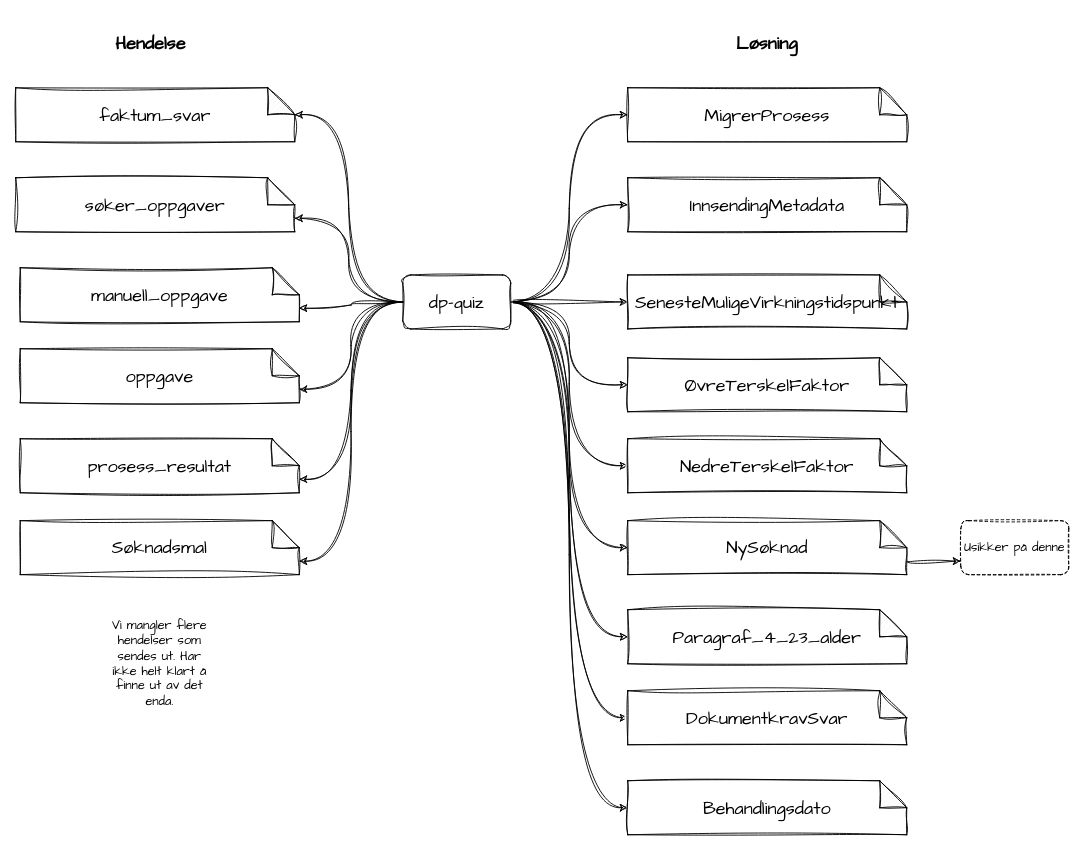
Before: docs/innbyggerflate/losninger/soknad/dp-quiz-publiserer-hendelser.drawio in navikt/dp-dokumentasjon, a draw.io diagram. Source tidied: cells renumbered, new cells numbered last; positions are measured from the earlier drawing's top-left corner, leaving out a move shared by most shapes. Both pictures are drawn from the tidied source at 90%, with x=0, y=0 at pixel (15, 15).
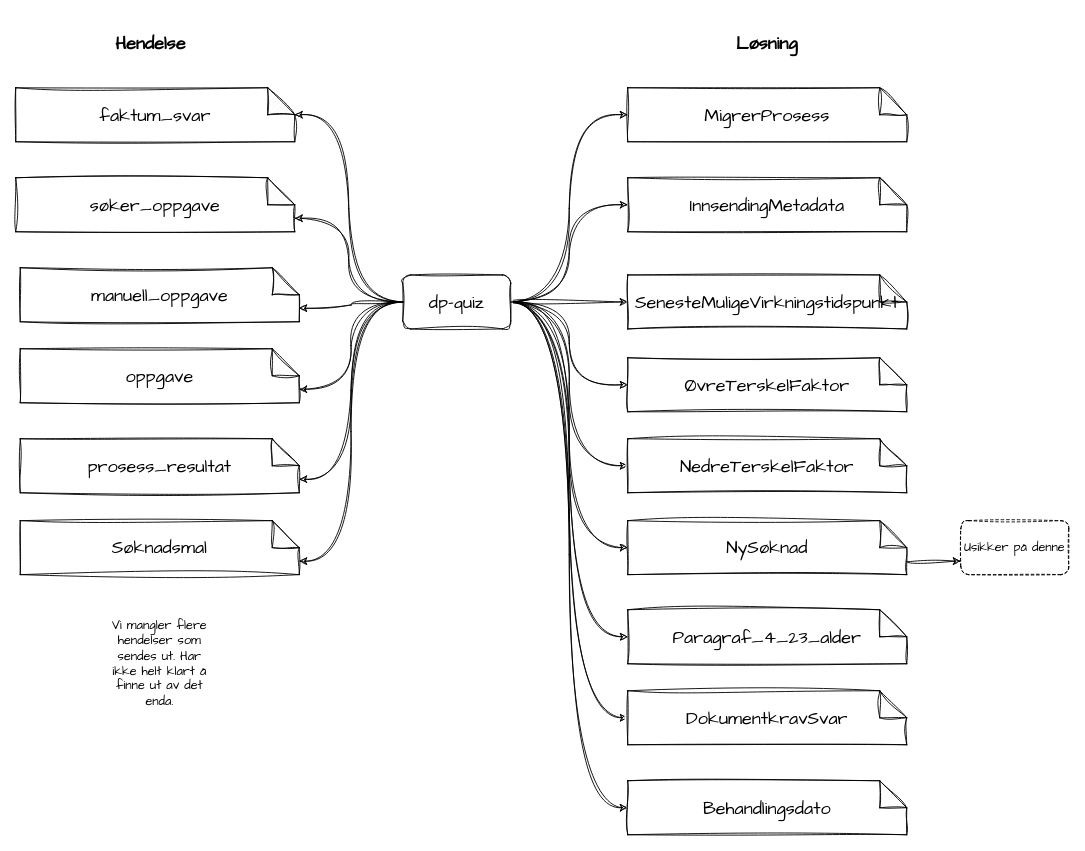
The same page after the edit.

The edit, as a diff of the source:
```diff
@@
-    <mxCell id="23" value="søker_oppgaver" style="shape=note;whiteSpace=wrap;html=1;backgroundOutline=1;darkOpacity=0.05;sketch=1;hachureGap=4;jiggle=2;curveFitting=1;fontFamily=Architects Daughter;fontSize=20;" parent="1" vertex="1">
+    <mxCell id="23" value="søker_oppgave" style="shape=note;whiteSpace=wrap;html=1;backgroundOutline=1;darkOpacity=0.05;sketch=1;hachureGap=4;jiggle=2;curveFitting=1;fontFamily=Architects Daughter;fontSize=20;" parent="1" vertex="1">
       <mxGeometry y="180" width="310" height="60" as="geometry" />
     </mxCell>
```
